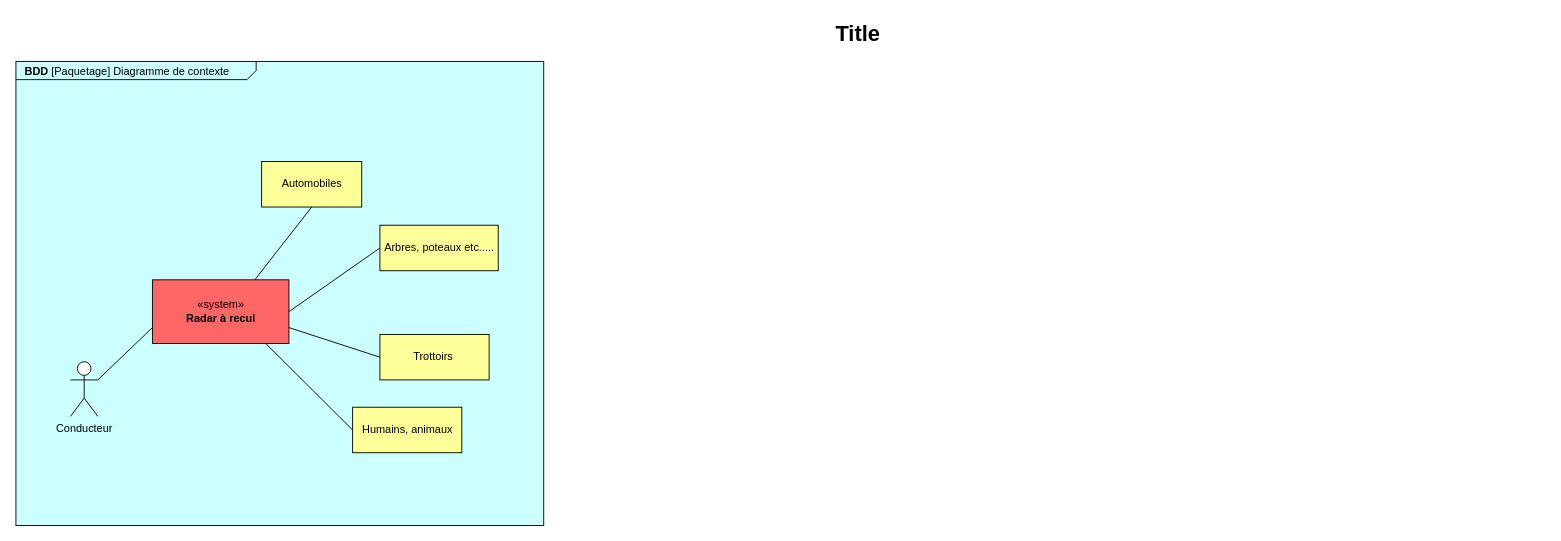
The draw.io diagram Untitled Diagram.drawio in DavidCretois/Radar-recul, before the edit. Source tidied: cells renumbered, new cells numbered last; positions are measured from the earlier drawing's top-left corner, leaving out a move shared by most shapes. Both pictures are drawn from the tidied source at 91%, with x=0, y=0 at pixel (15, 15).
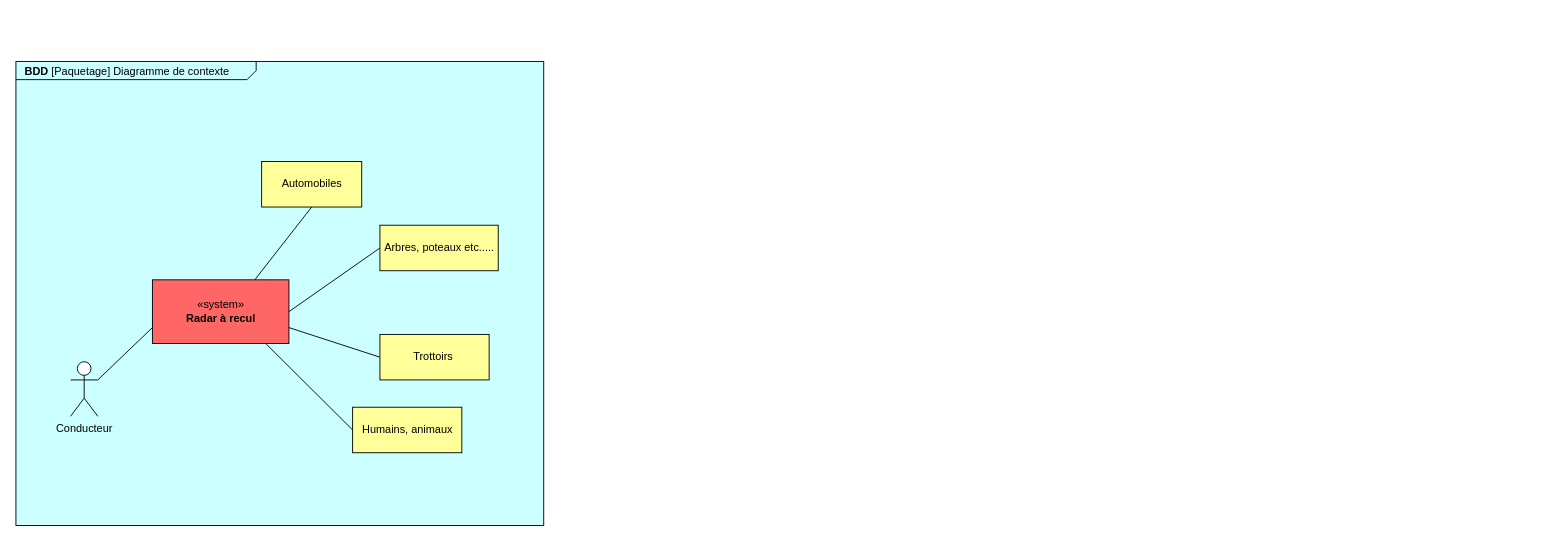
Above is the later version.

Commit message:
Uptade diagramme de contexte

The edit, as a diff of the source:
```diff
@@
 <mxGraphModel>
   <root>
     <mxCell id="0" />
     <mxCell id="1" parent="0" />
     <mxCell id="2" value="&lt;p style=&quot;margin: 0px ; margin-top: 4px ; margin-left: 10px ; text-align: left&quot;&gt;&lt;b&gt;BDD&amp;nbsp;&lt;/b&gt;[Paquetage] Diagramme de contexte&amp;nbsp;&lt;/p&gt;" style="html=1;strokeWidth=1;shape=mxgraph.sysml.package;html=1;overflow=fill;whiteSpace=wrap;fillColor=#CCFFFF;gradientColor=none;fontSize=12;align=center;labelX=264;" parent="1" vertex="1">
       <mxGeometry y="50" width="580" height="510" as="geometry" />
     </mxCell>
-    <mxCell id="3" value="Title" style="text;strokeColor=none;fillColor=none;html=1;fontSize=24;fontStyle=1;verticalAlign=middle;align=center;" parent="1" vertex="1">
-      <mxGeometry x="170" width="1510" height="40" as="geometry" />
-    </mxCell>
     <mxCell id="4" value="Conducteur" style="shape=umlActor;verticalLabelPosition=bottom;verticalAlign=top;html=1;outlineConnect=0;" parent="1" vertex="1">
       <mxGeometry x="60" y="380" width="30" height="60" as="geometry" />
     </mxCell>
     <mxCell id="5" value="«system»&lt;br&gt;&lt;b&gt;Radar à recul&lt;/b&gt;" style="html=1;fillColor=#FF6666;" parent="1" vertex="1">
       <mxGeometry x="150" y="290" width="150" height="70" as="geometry" />
     </mxCell>
     <mxCell id="6" style="endArrow=none;html=1;entryX=1;entryY=0.3333333333333333;entryDx=0;entryDy=0;entryPerimeter=0;exitX=0;exitY=0.75;exitDx=0;exitDy=0;" parent="1" edge="1" source="5" target="4">
       <mxGeometry relative="1" as="geometry" />
     </mxCell>
     <mxCell id="7" value="Automobiles" style="html=1;fillColor=#FFFF99;" parent="1" vertex="1">
       <mxGeometry x="270" y="160" width="110" height="50" as="geometry" />
     </mxCell>
     <mxCell id="8" value="Arbres, poteaux etc....." style="html=1;fillColor=#FFFF99;" parent="1" vertex="1">
       <mxGeometry x="400" y="230" width="130" height="50" as="geometry" />
     </mxCell>
     <mxCell id="9" value="Trottoirs&amp;nbsp;" style="html=1;fillColor=#FFFF99;" parent="1" vertex="1">
       <mxGeometry x="400" y="350" width="120" height="50" as="geometry" />
     </mxCell>
     <mxCell id="10" style="endArrow=none;html=1;entryX=0.5;entryY=1;entryDx=0;entryDy=0;exitX=0.75;exitY=0;exitDx=0;exitDy=0;" parent="1" edge="1" source="5" target="7">
       <mxGeometry relative="1" as="geometry" />
     </mxCell>
     <mxCell id="11" style="endArrow=none;html=1;entryX=0;entryY=0.5;entryDx=0;entryDy=0;exitX=1;exitY=0.5;exitDx=0;exitDy=0;" parent="1" edge="1" source="5" target="8">
       <mxGeometry relative="1" as="geometry" />
     </mxCell>
     <mxCell id="12" style="endArrow=none;html=1;exitX=1;exitY=0.75;exitDx=0;exitDy=0;entryX=0;entryY=0.5;entryDx=0;entryDy=0;" parent="1" edge="1" source="5" target="9">
       <mxGeometry relative="1" as="geometry" />
     </mxCell>
     <mxCell id="13" value="Humains, animaux" style="html=1;fillColor=#FFFF99;" parent="1" vertex="1">
       <mxGeometry x="370" y="430" width="120" height="50" as="geometry" />
     </mxCell>
     <mxCell id="14" style="endArrow=none;html=1;exitX=0.83;exitY=1;exitDx=0;exitDy=0;exitPerimeter=0;entryX=0;entryY=0.5;entryDx=0;entryDy=0;" parent="1" edge="1" source="5" target="13">
       <mxGeometry relative="1" as="geometry" />
     </mxCell>
   </root>
 </mxGraphModel>
```
